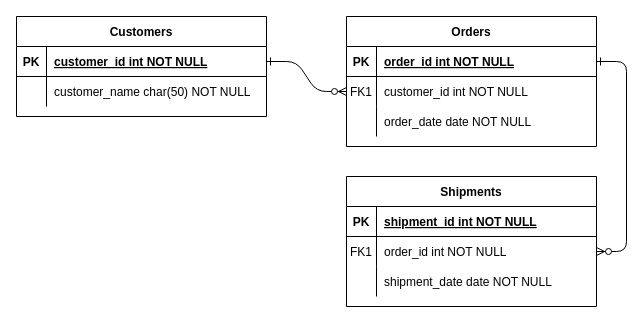
Before: 未命名绘图.drawio in twingao/flowchart, a draw.io diagram. Source tidied: cells renumbered, new cells numbered last; positions are measured from the earlier drawing's top-left corner, leaving out a move shared by most shapes. Both pictures are drawn from the tidied source at 100%, with x=0, y=0 at pixel (16, 16).
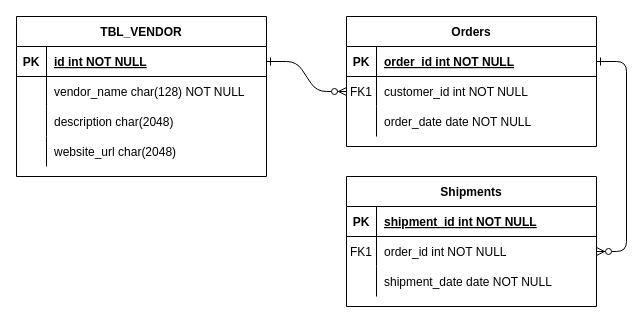
After the change.

The change refers to these unchanged cells:
```xml
<mxCell id="25" style="shape=partialRectangle;fillColor=none;points=[[0,0.5],[1,0.5]];portConstraint=eastwest;top=0;left=0;right=0;bottom=1;" parent="24" vertex="1">
  <mxGeometry y="30" width="250" height="30" as="geometry" />
</mxCell>
```

What changed in the source:
```diff
@@
-    <mxCell id="24" value="Customers" style="shape=table;startSize=30;childLayout=tableLayout;rowLines=0;fontStyle=1;align=center;" parent="1" vertex="1">
-      <mxGeometry width="250" height="100" as="geometry" />
+    <mxCell id="24" value="TBL_VENDOR" style="shape=table;startSize=30;childLayout=tableLayout;rowLines=0;fontStyle=1;align=center;" parent="1" vertex="1">
+      <mxGeometry width="250" height="160" as="geometry" />
     </mxCell>
@@
-    <mxCell id="27" value="customer_id int NOT NULL " style="shape=partialRectangle;overflow=hidden;fillColor=none;top=0;left=0;bottom=0;right=0;align=left;spacingLeft=6;fontStyle=5;" parent="25" vertex="1">
+    <mxCell id="27" value="id int NOT NULL " style="shape=partialRectangle;overflow=hidden;fillColor=none;top=0;left=0;bottom=0;right=0;align=left;spacingLeft=6;fontStyle=5;" parent="25" vertex="1">
       <mxGeometry x="30" width="220" height="30" as="geometry" />
     </mxCell>
+    <mxCell id="31" style="shape=partialRectangle;fillColor=none;top=0;left=0;right=0;bottom=0;" parent="24" vertex="1">
+      <mxGeometry y="60" width="250" height="30" as="geometry" />
+    </mxCell>
+    <mxCell id="32" style="shape=partialRectangle;overflow=hidden;fillColor=none;top=0;left=0;bottom=0;right=0;" parent="31" vertex="1">
+      <mxGeometry width="30" height="30" as="geometry" />
+    </mxCell>
+    <mxCell id="33" value="vendor_name char(128) NOT NULL" style="shape=partialRectangle;overflow=hidden;fillColor=none;top=0;left=0;bottom=0;right=0;align=left;spacingLeft=6;" parent="31" vertex="1">
+      <mxGeometry x="30" width="220" height="30" as="geometry" />
+    </mxCell>
+    <mxCell id="34" style="shape=partialRectangle;fillColor=none;top=0;left=0;right=0;bottom=0;" parent="24" vertex="1">
+      <mxGeometry y="90" width="250" height="30" as="geometry" />
+    </mxCell>
+    <mxCell id="35" style="shape=partialRectangle;overflow=hidden;fillColor=none;top=0;left=0;bottom=0;right=0;" parent="34" vertex="1">
+      <mxGeometry width="30" height="30" as="geometry" />
+    </mxCell>
+    <mxCell id="36" value="description char(2048)" style="shape=partialRectangle;overflow=hidden;fillColor=none;top=0;left=0;bottom=0;right=0;align=left;spacingLeft=6;" parent="34" vertex="1">
+      <mxGeometry x="30" width="220" height="30" as="geometry" />
+    </mxCell>
     <mxCell id="28" style="shape=partialRectangle;fillColor=none;top=0;left=0;right=0;bottom=0;" parent="24" vertex="1">
-      <mxGeometry y="60" width="250" height="30" as="geometry" />
+      <mxGeometry y="120" width="250" height="30" as="geometry" />
     </mxCell>
@@
-    <mxCell id="30" value="customer_name char(50) NOT NULL" style="shape=partialRectangle;overflow=hidden;fillColor=none;top=0;left=0;bottom=0;right=0;align=left;spacingLeft=6;" parent="28" vertex="1">
+    <mxCell id="30" value="website_url char(2048)" style="shape=partialRectangle;overflow=hidden;fillColor=none;top=0;left=0;bottom=0;right=0;align=left;spacingLeft=6;" parent="28" vertex="1">
       <mxGeometry x="30" width="220" height="30" as="geometry" />
     </mxCell>
```
